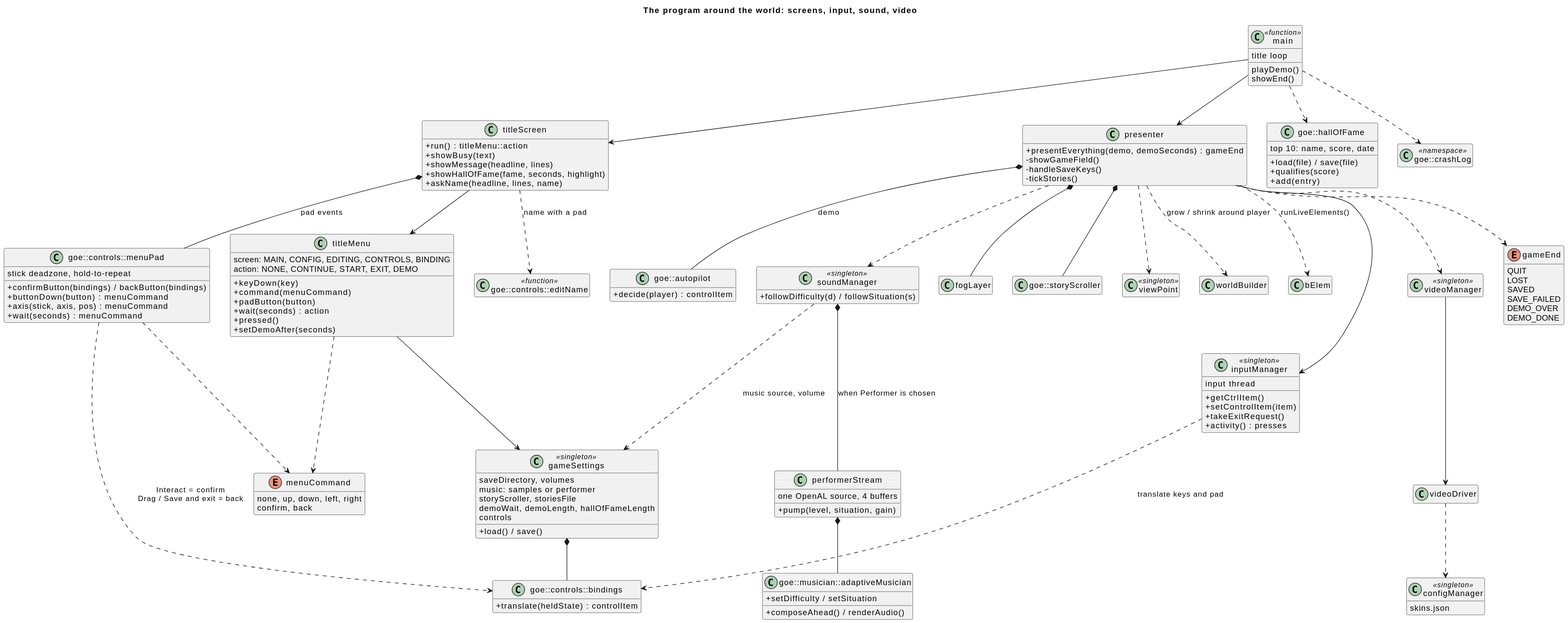
Before: docs/diagrams/03-application-classes.svg, a diagram exported from PlantUML (arielkonopka/Gardens-of-Eris).
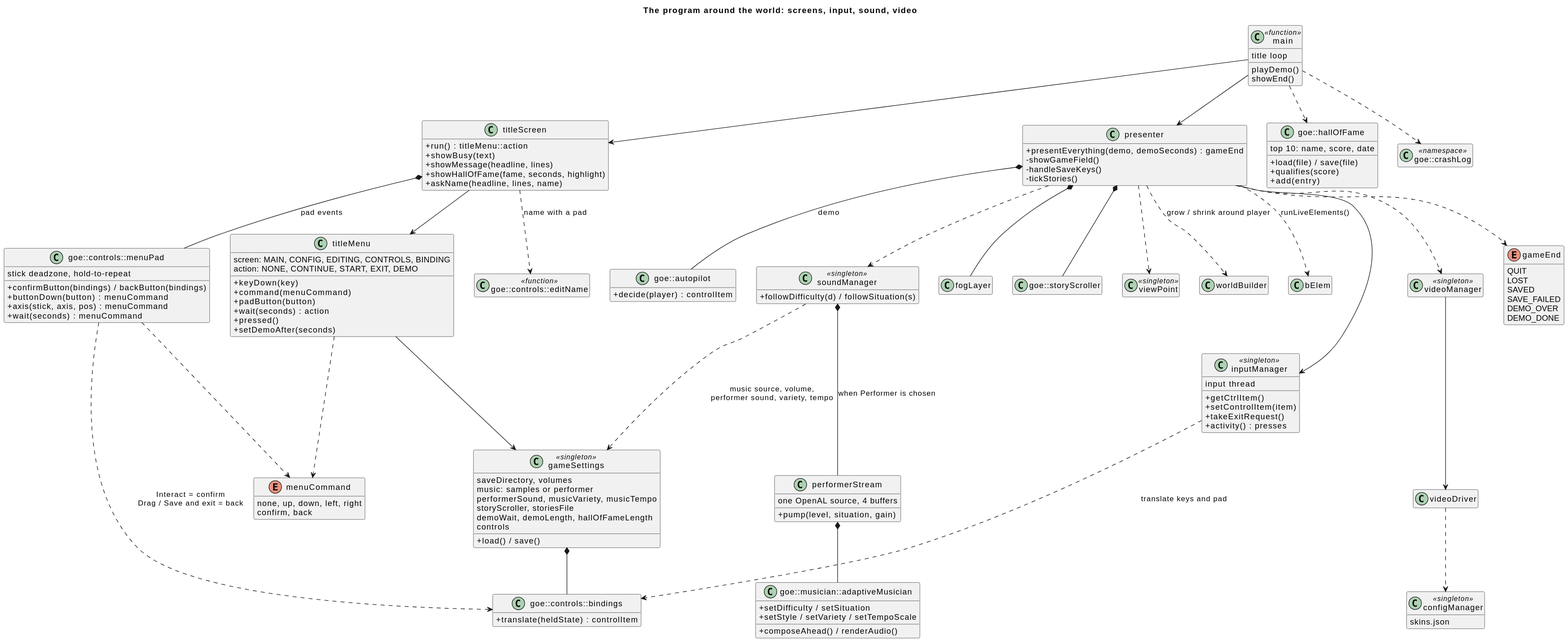
Later version of the same file.

What changed in the source:
```diff
@@ -28,6 +28,7 @@
 class gameSettings <<singleton>> {
   saveDirectory, volumes
   music: samples or performer
+  performerSound, musicVariety, musicTempo
   storyScroller, storiesFile
   demoWait, demoLength, hallOfFameLength
   controls
@@ -87,6 +88,7 @@
 }
 class "goe::musician::adaptiveMusician" as musician {
   +setDifficulty / setSituation
+  +setStyle / setVariety / setTempoScale
   +composeAhead() / renderAudio()
 }
 class videoManager <<singleton>>
@@ -119,7 +121,7 @@
 presenter ..> soundManager
 soundManager *-- performerStream : when Performer is chosen
 performerStream *-- musician
-soundManager ..> gameSettings : music source, volume
+soundManager ..> gameSettings : music source, volume,\nperformer sound, variety, tempo
 presenter ..> videoManager
 presenter ..> viewPoint
 presenter ..> gameEnd
```
